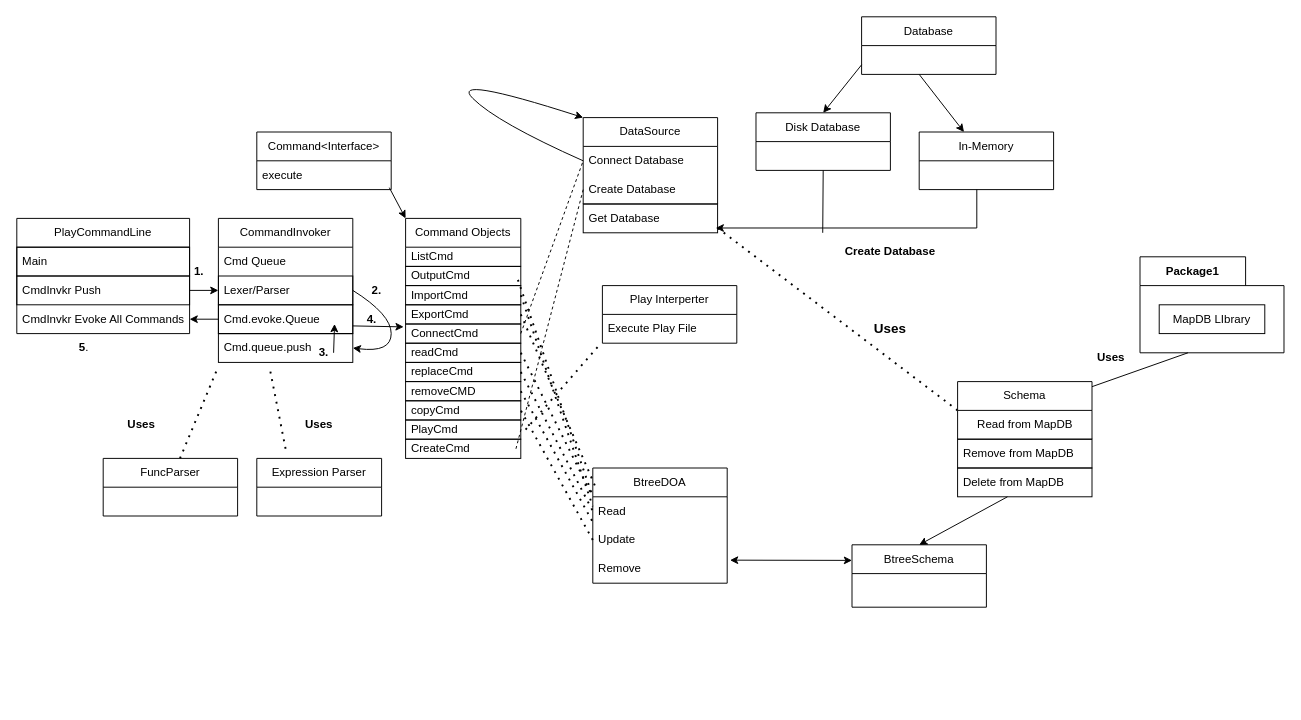
Earlier version of the draw.io diagram Resources/playDBDesign.drawio (selvadurai/PlayDB). Source tidied: cells renumbered, new cells numbered last; positions are measured from the earlier drawing's top-left corner, leaving out a move shared by most shapes. Both pictures are drawn from the tidied source at 96%, with x=0, y=0 at pixel (16, 16).
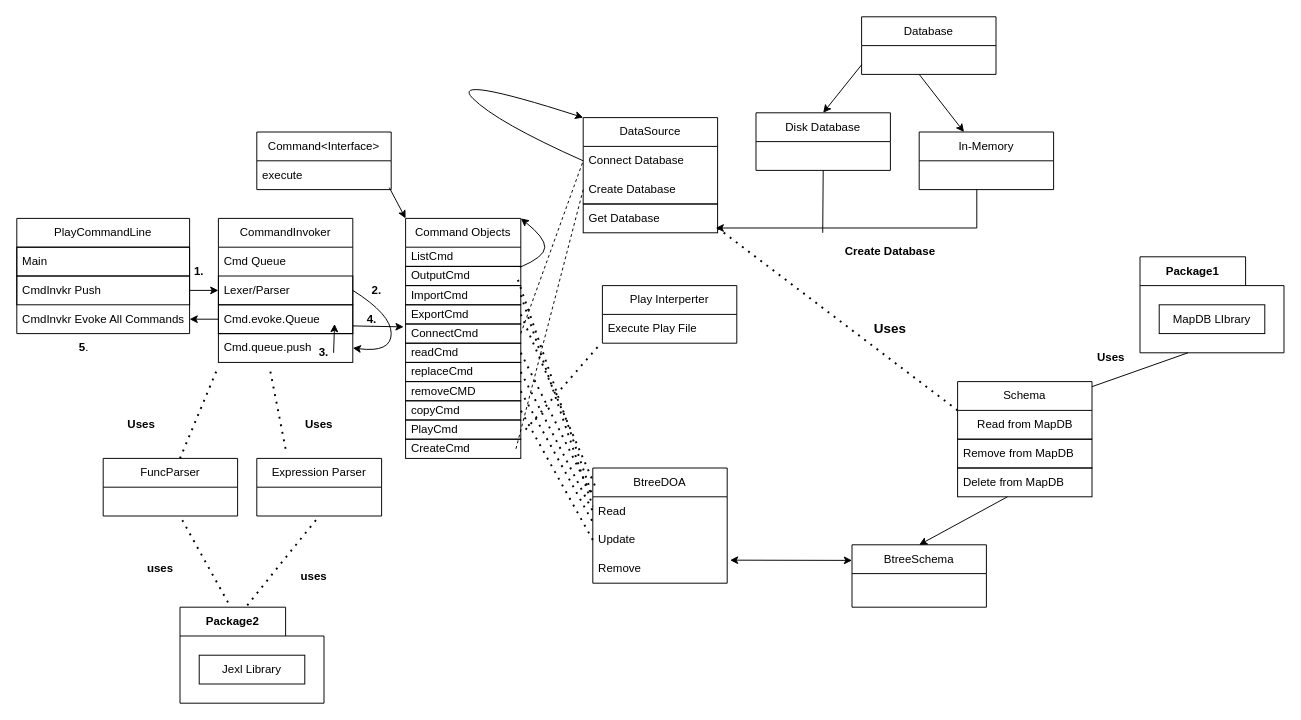
The same page after the edit.

The change refers to these unchanged cells:
```xml
<mxCell id="15" value="Command Objects" style="swimlane;fontStyle=0;horizontal=1;startSize=30;whiteSpace=wrap;html=1;" parent="1" vertex="1">
  <mxGeometry x="405" y="210" width="120" height="50" as="geometry" />
</mxCell>
<mxCell id="17" value="OutputCmd" style="text;strokeColor=default;fillColor=none;align=left;verticalAlign=middle;spacingLeft=4;spacingRight=4;overflow=hidden;points=[[0,0.5],[1,0.5]];portConstraint=eastwest;whiteSpace=wrap;html=1;" parent="1" vertex="1">
  <mxGeometry x="405" y="260" width="120" height="20" as="geometry" />
</mxCell>
<mxCell id="78" value="Expression Parser" style="swimlane;fontStyle=0;horizontal=1;startSize=30;whiteSpace=wrap;html=1;" parent="1" vertex="1">
  <mxGeometry x="250" y="460" width="130" height="60" as="geometry" />
</mxCell>
```

The edit, as a diff of the source:
```diff
@@
+    <mxCell id="86" value="Package2" style="shape=folder;fontStyle=1;tabWidth=110;tabHeight=30;tabPosition=left;html=1;boundedLbl=1;labelInHeader=1;whiteSpace=wrap;" parent="1" vertex="1">
+      <mxGeometry x="170" y="615" width="150" height="100" as="geometry" />
+    </mxCell>
+    <mxCell id="87" value="Jexl Library" style="html=1;whiteSpace=wrap;" parent="86" vertex="1">
+      <mxGeometry width="110" height="30" relative="1" as="geometry">
+        <mxPoint x="20" y="50" as="offset" />
+      </mxGeometry>
+    </mxCell>
+    <mxCell id="88" style="endArrow=none;dashed=1;html=1;dashPattern=1 3;strokeWidth=2;rounded=0;" parent="1" edge="1">
+      <mxGeometry relative="1" as="geometry">
+        <mxPoint x="220" y="610" as="sourcePoint" />
+        <mxPoint x="170" y="520" as="targetPoint" />
+      </mxGeometry>
+    </mxCell>
+    <mxCell id="89" style="endArrow=none;dashed=1;html=1;dashPattern=1 3;strokeWidth=2;rounded=0;exitX=0.467;exitY=-0.02;exitDx=0;exitDy=0;exitPerimeter=0;entryX=0.5;entryY=1;entryDx=0;entryDy=0;" parent="1" edge="1" source="86" target="78">
+      <mxGeometry relative="1" as="geometry" />
+    </mxCell>
+    <mxCell id="90" value="&lt;b&gt;uses&lt;/b&gt;" style="text;strokeColor=none;fillColor=none;align=left;verticalAlign=middle;spacingLeft=4;spacingRight=4;overflow=hidden;whiteSpace=wrap;html=1;" parent="1" vertex="1">
+      <mxGeometry x="130" y="560" width="80" height="30" as="geometry" />
+    </mxCell>
+    <mxCell id="91" value="&lt;b&gt;uses&lt;/b&gt;" style="text;strokeColor=none;fillColor=none;align=left;verticalAlign=middle;spacingLeft=4;spacingRight=4;overflow=hidden;whiteSpace=wrap;html=1;" parent="1" vertex="1">
+      <mxGeometry x="290" y="567.5" width="80" height="30" as="geometry" />
+    </mxCell>
+    <mxCell id="92" style="curved=1;endArrow=classic;html=1;rounded=0;exitX=0.992;exitY=0.05;exitDx=0;exitDy=0;exitPerimeter=0;entryX=1;entryY=0;entryDx=0;entryDy=0;" parent="1" edge="1" source="17" target="15">
+      <mxGeometry relative="1" as="geometry">
+        <Array as="points">
+          <mxPoint x="550" y="250" />
+          <mxPoint x="550" y="230" />
+        </Array>
+      </mxGeometry>
+    </mxCell>
```
